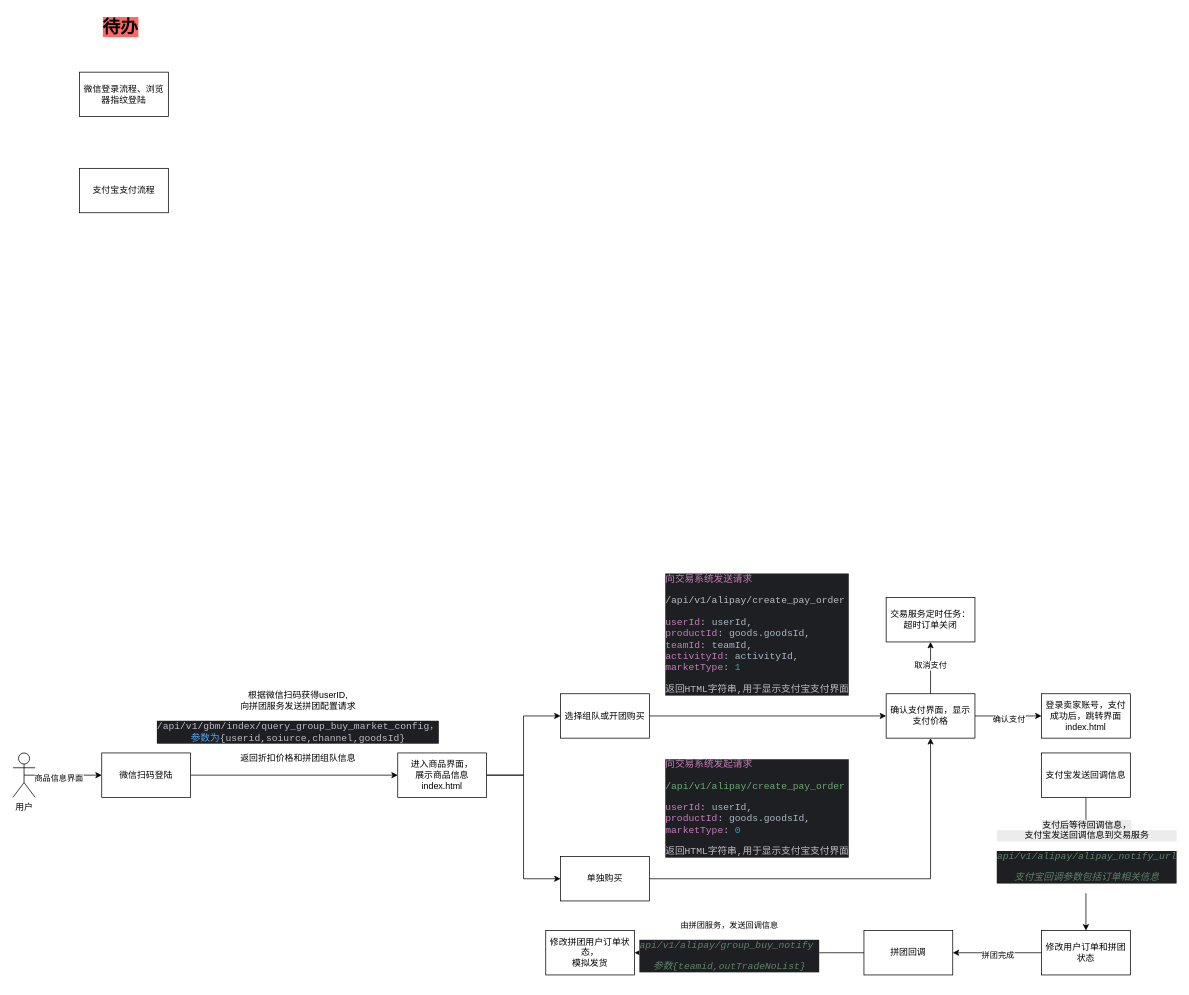
The draw.io diagram diagrams/拼团交易.drawio in gcloudream/draw, before the edit. Source tidied: cells renumbered, new cells numbered last; positions are measured from the earlier drawing's top-left corner, leaving out a move shared by most shapes. Both pictures are drawn from the tidied source at 74%, with x=0, y=0 at pixel (13, 13).
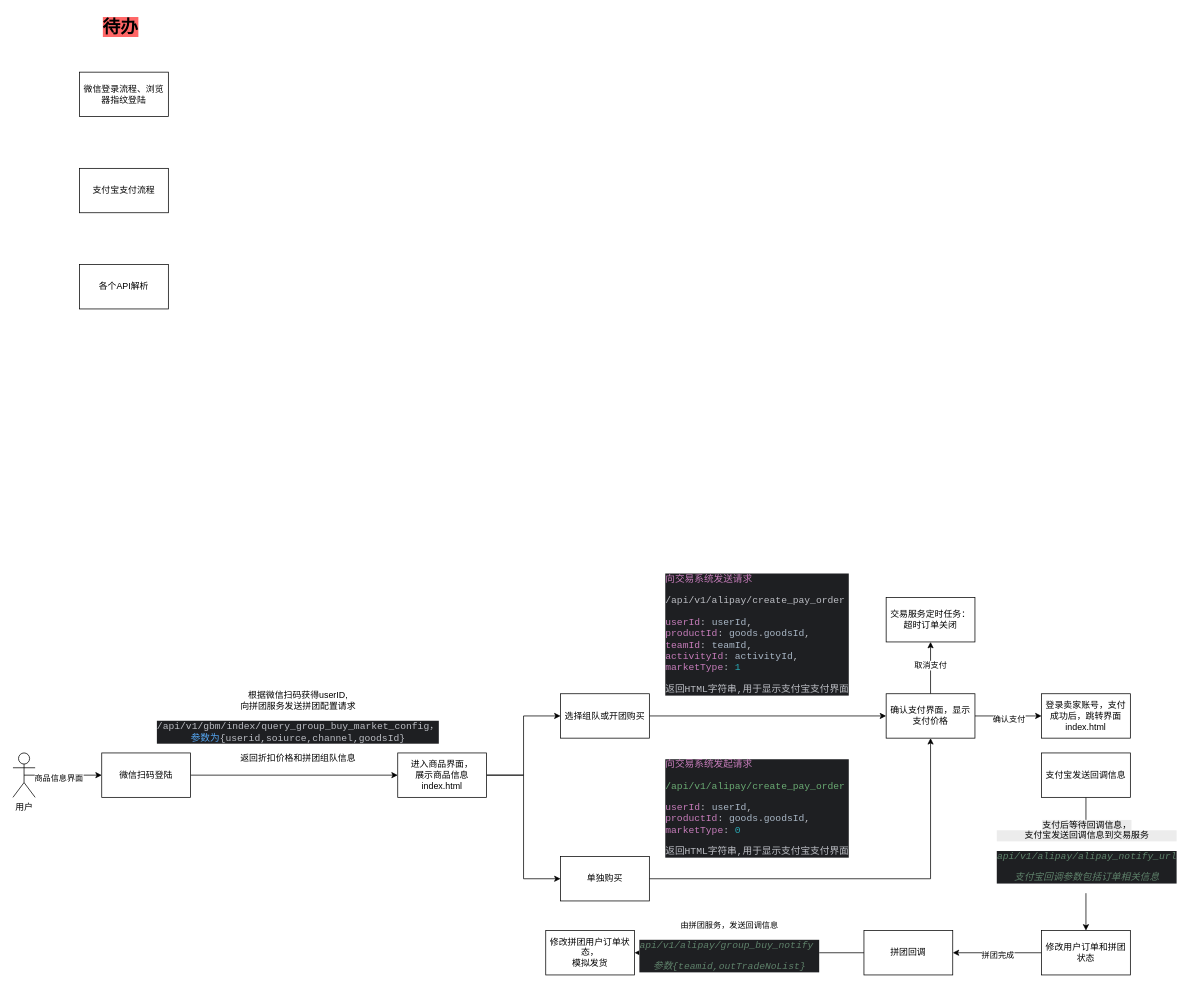
The same page after the edit.

Commit message:
更新拼团交易.drawio

Diff of the diagram source:
```diff
@@
+    <mxCell id="37" value="各个API解析" style="rounded=0;whiteSpace=wrap;html=1;" parent="1" vertex="1">
+      <mxGeometry x="90" y="340" width="120" height="60" as="geometry" />
+    </mxCell>
```
